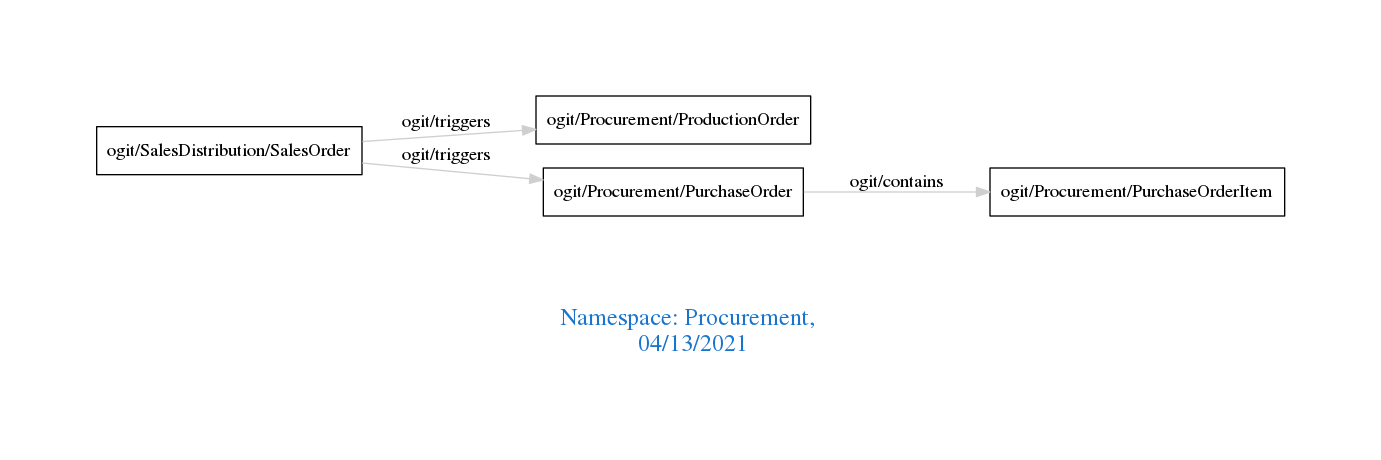
Above: downloads/Procurement.png in arago/OGIT (Graphviz), before the change. Its source is kept beside it as downloads/Procurement.dot.
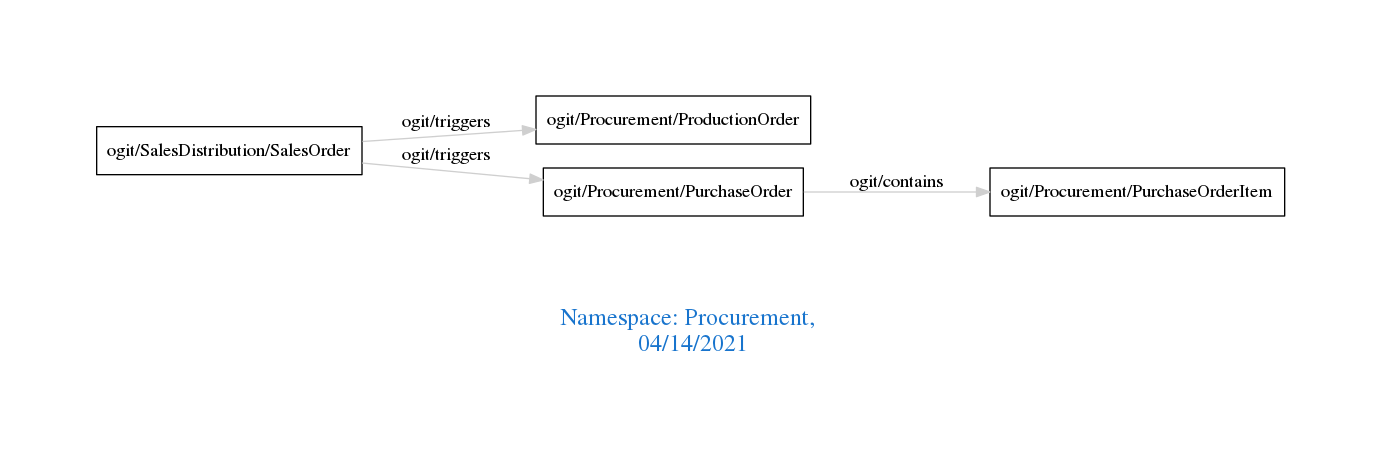
Later version of the same file.

Diff of the diagram source:
```diff
@@ -1,7 +1,7 @@
 digraph OGIT_ontology {
  graph [ rankdir= LR,pad=1
 fontsize = 18,
-fontcolor= dodgerblue3,label = "\n\n\nNamespace: Procurement, \n 04/13/2021"];
+fontcolor= dodgerblue3,label = "\n\n\nNamespace: Procurement, \n 04/14/2021"];
 node[shape=polygon];
 edge [  color="gray81"];
 
```
